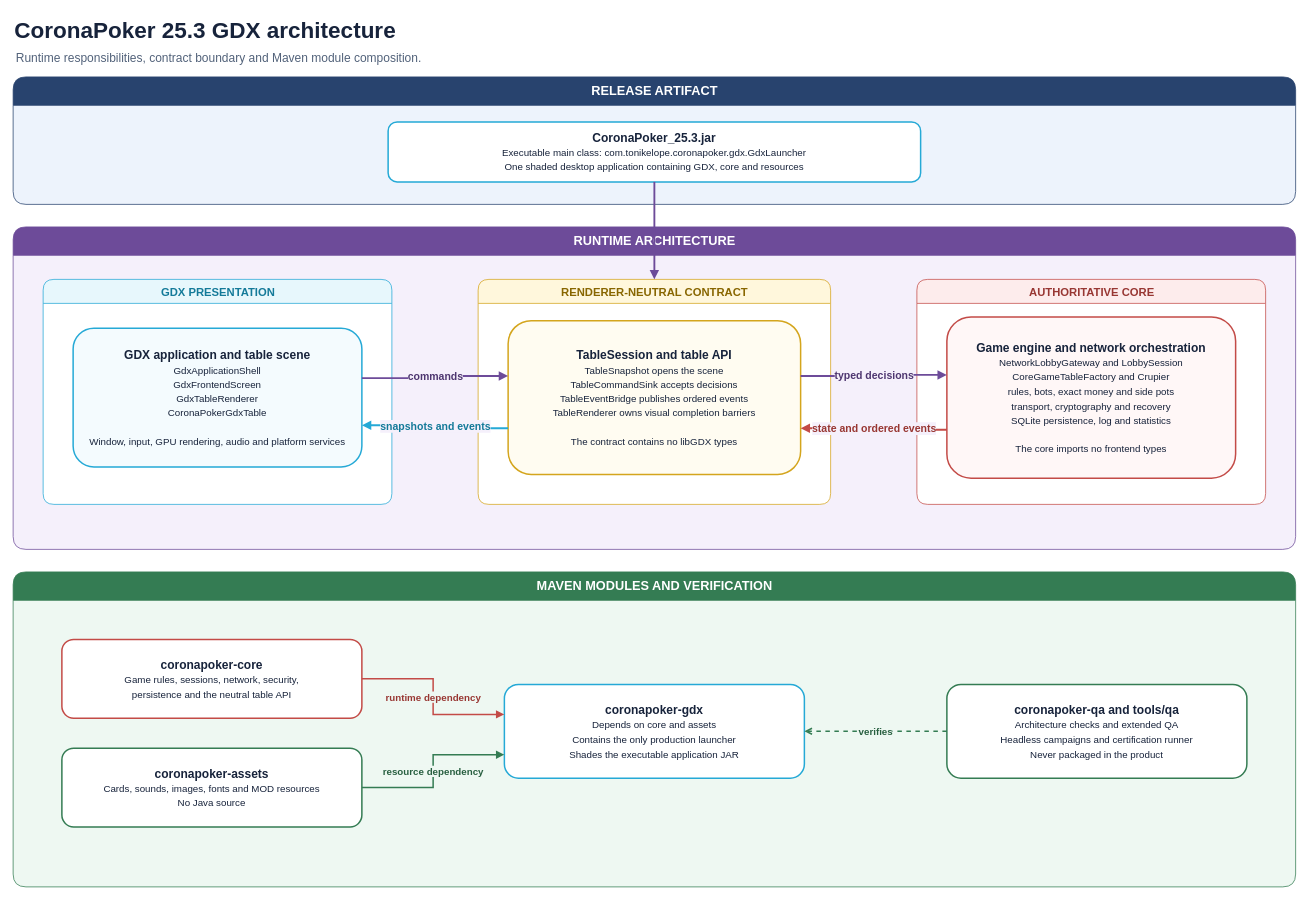
Earlier version of the draw.io diagram docs/diagrams/coronapoker-module-map.drawio (tonikelope/coronapoker). Source tidied: cells renumbered, new cells numbered last; positions are measured from the earlier drawing's top-left corner, leaving out a move shared by most shapes. Both pictures are drawn from the tidied source at 75%, with x=0, y=0 at pixel (13, 13).
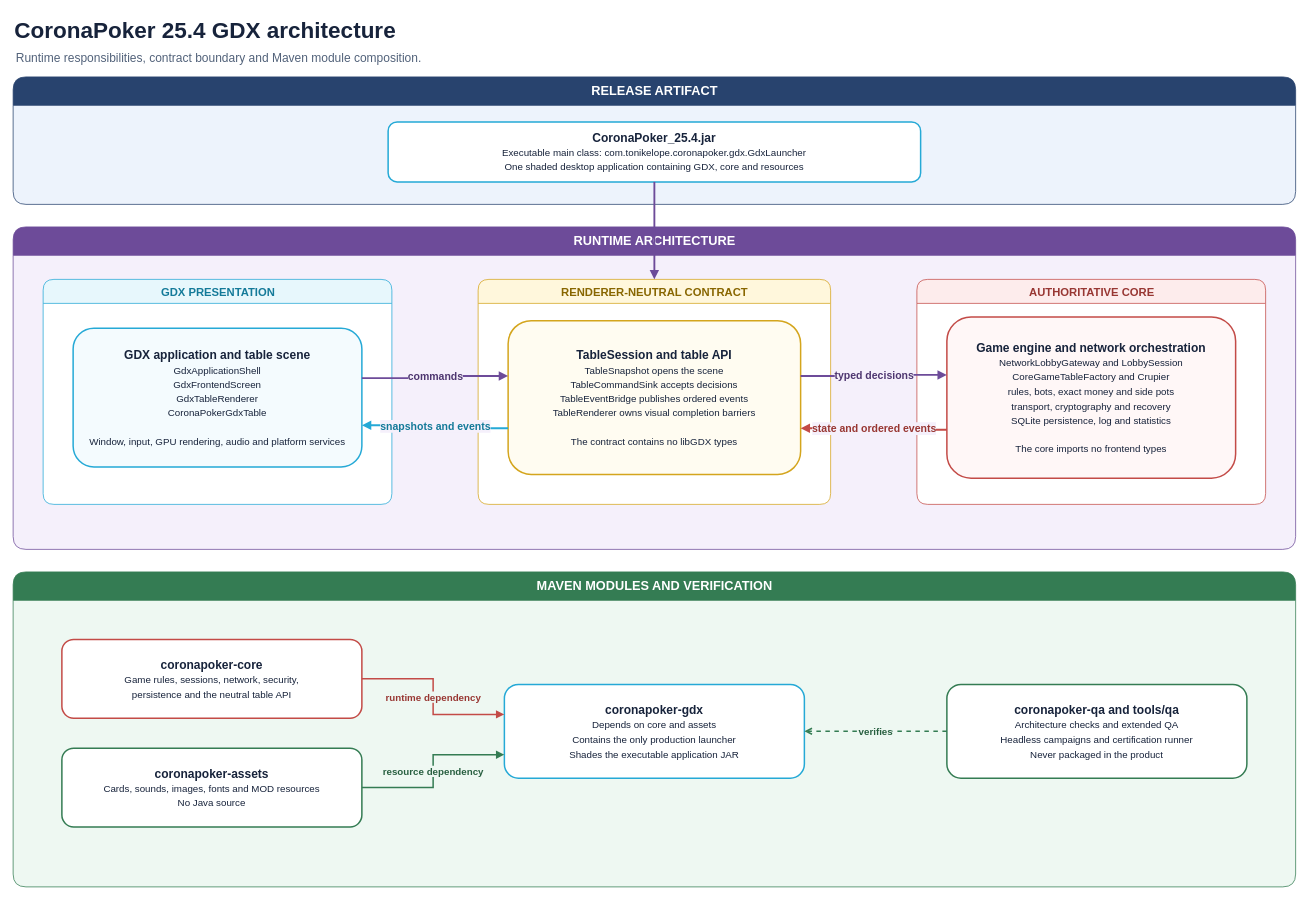
After the change.

Change to the diagram source:
```diff
@@
-    <mxCell id="2" value="CoronaPoker 25.3 GDX architecture" style="text;html=1;strokeColor=none;fillColor=none;align=left;verticalAlign=middle;fontSize=30;fontStyle=1;fontColor=#17233B;" parent="1" vertex="1">
+    <mxCell id="2" value="CoronaPoker 25.4 GDX architecture" style="text;html=1;strokeColor=none;fillColor=none;align=left;verticalAlign=middle;fontSize=30;fontStyle=1;fontColor=#17233B;" parent="1" vertex="1">
       <mxGeometry width="1050" height="45" as="geometry" />
     </mxCell>
@@
-    <mxCell id="5" value="&lt;b&gt;CoronaPoker_25.3.jar&lt;/b&gt;&lt;br&gt;&lt;font size=&quot;2&quot;&gt;Executable main class: com.tonikelope.coronapoker.gdx.GdxLauncher&lt;br&gt;One shaded desktop application containing GDX, core and resources&lt;/font&gt;" style="rounded=1;whiteSpace=wrap;html=1;fillColor=#FFFFFF;strokeColor=#25A9D6;strokeWidth=2;fontColor=#17233B;fontSize=16;" parent="1" vertex="1">
+    <mxCell id="5" value="&lt;b&gt;CoronaPoker_25.4.jar&lt;/b&gt;&lt;br&gt;&lt;font size=&quot;2&quot;&gt;Executable main class: com.tonikelope.coronapoker.gdx.GdxLauncher&lt;br&gt;One shaded desktop application containing GDX, core and resources&lt;/font&gt;" style="rounded=1;whiteSpace=wrap;html=1;fillColor=#FFFFFF;strokeColor=#25A9D6;strokeWidth=2;fontColor=#17233B;fontSize=16;" parent="1" vertex="1">
       <mxGeometry x="500" y="145" width="710" height="80" as="geometry" />
     </mxCell>
```
